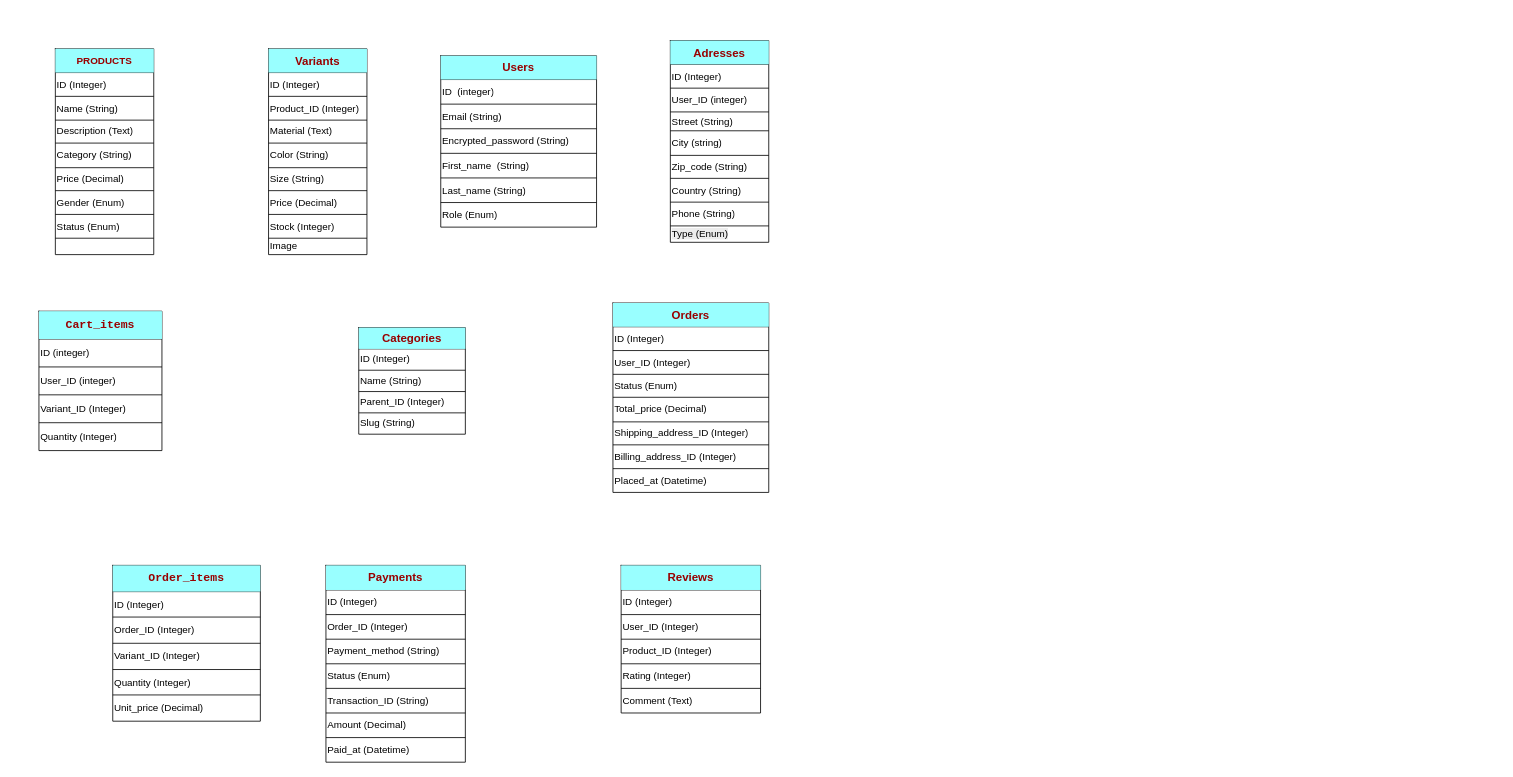
The draw.io diagram db/sanja.drawio in GodNZILA/Sanja, before the edit. Source tidied: cells renumbered, new cells numbered last; positions are measured from the earlier drawing's top-left corner, leaving out a move shared by most shapes. Both pictures are drawn from the tidied source at 82%, with x=0, y=0 at pixel (39, 40).
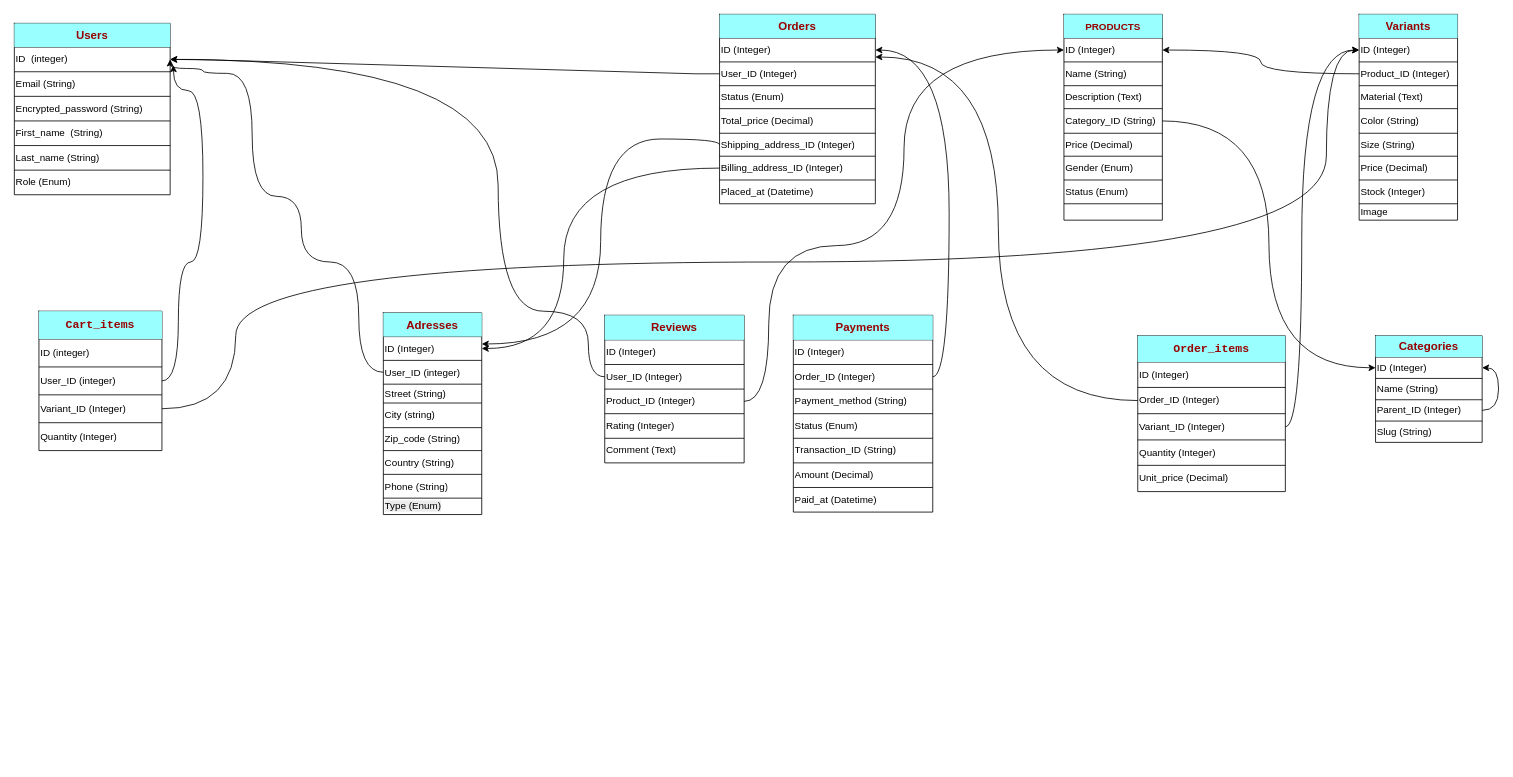
After the change.

The change refers to these unchanged cells:
```xml
<mxCell id="5" style="shape=tableRow;horizontal=0;startSize=0;swimlaneHead=0;swimlaneBody=0;strokeColor=inherit;top=0;left=0;bottom=0;right=0;fillColor=none;points=[[0,0.5],[1,0.5]];portConstraint=eastwest;" parent="2" vertex="1">
  <mxGeometry y="29" width="120" height="29" as="geometry" />
</mxCell>
<mxCell id="11" style="shape=tableRow;horizontal=0;startSize=0;swimlaneHead=0;swimlaneBody=0;strokeColor=inherit;top=0;left=0;bottom=0;right=0;fillColor=none;points=[[0,0.5],[1,0.5]];portConstraint=eastwest;" parent="2" vertex="1">
  <mxGeometry y="115" width="120" height="30" as="geometry" />
</mxCell>
<mxCell id="24" style="shape=tableRow;horizontal=0;startSize=0;swimlaneHead=0;swimlaneBody=0;strokeColor=inherit;top=0;left=0;bottom=0;right=0;fillColor=none;points=[[0,0.5],[1,0.5]];portConstraint=eastwest;" parent="21" vertex="1">
  <mxGeometry y="29" width="120" height="29" as="geometry" />
</mxCell>
<mxCell id="26" style="shape=tableRow;horizontal=0;startSize=0;swimlaneHead=0;swimlaneBody=0;strokeColor=inherit;top=0;left=0;bottom=0;right=0;fillColor=none;points=[[0,0.5],[1,0.5]];portConstraint=eastwest;" parent="21" vertex="1">
  <mxGeometry y="58" width="120" height="29" as="geometry" />
</mxCell>
<mxCell id="43" style="shape=tableRow;horizontal=0;startSize=0;swimlaneHead=0;swimlaneBody=0;strokeColor=inherit;top=0;left=0;bottom=0;right=0;fillColor=none;points=[[0,0.5],[1,0.5]];portConstraint=eastwest;" parent="40" vertex="1">
  <mxGeometry y="26" width="130" height="26" as="geometry" />
</mxCell>
<mxCell id="47" style="shape=tableRow;horizontal=0;startSize=0;swimlaneHead=0;swimlaneBody=0;strokeColor=inherit;top=0;left=0;bottom=0;right=0;fillColor=none;points=[[0,0.5],[1,0.5]];portConstraint=eastwest;" parent="40" vertex="1">
  <mxGeometry y="78" width="130" height="26" as="geometry" />
</mxCell>
<mxCell id="54" style="shape=tableRow;horizontal=0;startSize=0;swimlaneHead=0;swimlaneBody=0;strokeColor=inherit;top=0;left=0;bottom=0;right=0;fillColor=none;points=[[0,0.5],[1,0.5]];portConstraint=eastwest;" parent="51" vertex="1">
  <mxGeometry y="29" width="190" height="30" as="geometry" />
</mxCell>
<mxCell id="71" style="shape=tableRow;horizontal=0;startSize=0;swimlaneHead=0;swimlaneBody=0;strokeColor=inherit;top=0;left=0;bottom=0;right=0;fillColor=none;points=[[0,0.5],[1,0.5]];portConstraint=eastwest;" parent="66" vertex="1">
  <mxGeometry y="68" width="150" height="34" as="geometry" />
</mxCell>
<mxCell id="73" style="shape=tableRow;horizontal=0;startSize=0;swimlaneHead=0;swimlaneBody=0;strokeColor=inherit;top=0;left=0;bottom=0;right=0;fillColor=none;points=[[0,0.5],[1,0.5]];portConstraint=eastwest;" parent="66" vertex="1">
  <mxGeometry y="102" width="150" height="34" as="geometry" />
</mxCell>
<mxCell id="82" style="shape=tableRow;horizontal=0;startSize=0;swimlaneHead=0;swimlaneBody=0;strokeColor=inherit;top=0;left=0;bottom=0;right=0;fillColor=none;points=[[0,0.5],[1,0.5]];portConstraint=eastwest;" parent="77" vertex="1">
  <mxGeometry y="63" width="180" height="32" as="geometry" />
</mxCell>
<mxCell id="84" style="shape=tableRow;horizontal=0;startSize=0;swimlaneHead=0;swimlaneBody=0;strokeColor=inherit;top=0;left=0;bottom=0;right=0;fillColor=none;points=[[0,0.5],[1,0.5]];portConstraint=eastwest;" parent="77" vertex="1">
  <mxGeometry y="95" width="180" height="32" as="geometry" />
</mxCell>
<mxCell id="93" style="shape=tableRow;horizontal=0;startSize=0;swimlaneHead=0;swimlaneBody=0;strokeColor=inherit;top=0;left=0;bottom=0;right=0;fillColor=none;points=[[0,0.5],[1,0.5]];portConstraint=eastwest;" parent="90" vertex="1">
  <mxGeometry y="29" width="190" height="29" as="geometry" />
</mxCell>
<mxCell id="95" style="shape=tableRow;horizontal=0;startSize=0;swimlaneHead=0;swimlaneBody=0;strokeColor=inherit;top=0;left=0;bottom=0;right=0;fillColor=none;points=[[0,0.5],[1,0.5]];portConstraint=eastwest;" parent="90" vertex="1">
  <mxGeometry y="58" width="190" height="29" as="geometry" />
</mxCell>
<mxCell id="101" style="shape=tableRow;horizontal=0;startSize=0;swimlaneHead=0;swimlaneBody=0;strokeColor=inherit;top=0;left=0;bottom=0;right=0;fillColor=none;points=[[0,0.5],[1,0.5]];portConstraint=eastwest;" parent="90" vertex="1">
  <mxGeometry y="145" width="190" height="28" as="geometry" />
</mxCell>
<mxCell id="103" style="shape=tableRow;horizontal=0;startSize=0;swimlaneHead=0;swimlaneBody=0;strokeColor=inherit;top=0;left=0;bottom=0;right=0;fillColor=none;points=[[0,0.5],[1,0.5]];portConstraint=eastwest;" parent="90" vertex="1">
  <mxGeometry y="173" width="190" height="29" as="geometry" />
</mxCell>
<mxCell id="110" style="shape=tableRow;horizontal=0;startSize=0;swimlaneHead=0;swimlaneBody=0;strokeColor=inherit;top=0;left=0;bottom=0;right=0;fillColor=none;points=[[0,0.5],[1,0.5]];portConstraint=eastwest;" parent="107" vertex="1">
  <mxGeometry y="29" width="120" height="29" as="geometry" />
</mxCell>
<mxCell id="112" style="shape=tableRow;horizontal=0;startSize=0;swimlaneHead=0;swimlaneBody=0;strokeColor=inherit;top=0;left=0;bottom=0;right=0;fillColor=none;points=[[0,0.5],[1,0.5]];portConstraint=eastwest;" parent="107" vertex="1">
  <mxGeometry y="58" width="120" height="29" as="geometry" />
</mxCell>
<mxCell id="131" style="shape=tableRow;horizontal=0;startSize=0;swimlaneHead=0;swimlaneBody=0;strokeColor=inherit;top=0;left=0;bottom=0;right=0;fillColor=none;points=[[0,0.5],[1,0.5]];portConstraint=eastwest;" parent="126" vertex="1">
  <mxGeometry y="60" width="170" height="30" as="geometry" />
</mxCell>
<mxCell id="148" style="shape=tableRow;horizontal=0;startSize=0;swimlaneHead=0;swimlaneBody=0;strokeColor=inherit;top=0;left=0;bottom=0;right=0;fillColor=none;points=[[0,0.5],[1,0.5]];portConstraint=eastwest;" parent="143" vertex="1">
  <mxGeometry y="60" width="170" height="30" as="geometry" />
</mxCell>
<mxCell id="150" style="shape=tableRow;horizontal=0;startSize=0;swimlaneHead=0;swimlaneBody=0;strokeColor=inherit;top=0;left=0;bottom=0;right=0;fillColor=none;points=[[0,0.5],[1,0.5]];portConstraint=eastwest;" parent="143" vertex="1">
  <mxGeometry y="90" width="170" height="30" as="geometry" />
</mxCell>
```

What changed in the source:
```diff
@@
     <mxCell id="2" style="shape=table;startSize=0;childLayout=tableLayout;" parent="1" vertex="1">
-      <mxGeometry x="20" y="10" width="120" height="251" as="geometry" />
+      <mxGeometry x="1250" y="-32" width="120" height="251" as="geometry" />
     </mxCell>
@@
-    <mxCell id="12" value="Category (String)" style="shape=partialRectangle;html=1;whiteSpace=wrap;strokeColor=inherit;overflow=hidden;fillColor=none;top=0;left=0;bottom=0;right=0;align=left;" parent="11" vertex="1">
+    <mxCell id="12" value="Category_ID (String)" style="shape=partialRectangle;html=1;whiteSpace=wrap;strokeColor=inherit;overflow=hidden;fillColor=none;top=0;left=0;bottom=0;right=0;align=left;" parent="11" vertex="1">
       <mxGeometry width="120" height="30" as="geometry" />
     </mxCell>
@@
     <mxCell id="21" style="shape=table;startSize=0;childLayout=tableLayout;" parent="1" vertex="1">
-      <mxGeometry x="280" y="10" width="120" height="251" as="geometry" />
+      <mxGeometry x="1610" y="-32" width="120" height="251" as="geometry" />
     </mxCell>
@@
     <mxCell id="40" style="shape=table;startSize=0;childLayout=tableLayout;" parent="1" vertex="1">
-      <mxGeometry x="390" y="350" width="130" height="130" as="geometry" />
+      <mxGeometry x="1630" y="360" width="130" height="130" as="geometry" />
     </mxCell>
@@
+    <mxCell id="156" style="edgeStyle=orthogonalEdgeStyle;curved=1;rounded=0;jettySize=auto;html=1;exitX=1;exitY=0.5;exitDx=0;exitDy=0;entryX=1;entryY=0.5;entryDx=0;entryDy=0;" parent="1" edge="1" source="47" target="43">
+      <mxGeometry relative="1" as="geometry" />
+    </mxCell>
     <mxCell id="51" style="shape=table;startSize=0;childLayout=tableLayout;" parent="1" vertex="1">
-      <mxGeometry x="490" y="18.5" width="190" height="209" as="geometry" />
+      <mxGeometry x="-30" y="-21" width="190" height="209" as="geometry" />
     </mxCell>
@@
     <mxCell id="77" style="shape=table;startSize=0;childLayout=tableLayout;" parent="1" vertex="1">
-      <mxGeometry x="90" y="640" width="180" height="190" as="geometry" />
+      <mxGeometry x="1340" y="360" width="180" height="190" as="geometry" />
     </mxCell>
@@
     <mxCell id="90" style="shape=table;startSize=0;childLayout=tableLayout;" parent="1" vertex="1">
-      <mxGeometry x="700" y="320" width="190" height="231" as="geometry" />
+      <mxGeometry x="830" y="-32" width="190" height="231" as="geometry" />
     </mxCell>
@@
     <mxCell id="107" style="shape=table;startSize=0;childLayout=tableLayout;" parent="1" vertex="1">
-      <mxGeometry x="770" width="120" height="246" as="geometry" />
+      <mxGeometry x="420" y="332" width="120" height="246" as="geometry" />
     </mxCell>
@@
     <mxCell id="126" style="shape=table;startSize=0;childLayout=tableLayout;" parent="1" vertex="1">
-      <mxGeometry x="350" y="640" width="170" height="240" as="geometry" />
+      <mxGeometry x="920" y="335" width="170" height="240" as="geometry" />
     </mxCell>
@@
     <mxCell id="143" style="shape=table;startSize=0;childLayout=tableLayout;" parent="1" vertex="1">
-      <mxGeometry x="710" y="640" width="170" height="180" as="geometry" />
+      <mxGeometry x="690" y="335" width="170" height="180" as="geometry" />
     </mxCell>
@@
+    <mxCell id="157" style="edgeStyle=entityRelationEdgeStyle;rounded=0;jettySize=auto;html=1;exitX=0;exitY=0.5;exitDx=0;exitDy=0;entryX=1;entryY=0.5;entryDx=0;entryDy=0;" parent="1" edge="1" source="95" target="54">
+      <mxGeometry relative="1" as="geometry" />
+    </mxCell>
+    <mxCell id="158" style="edgeStyle=orthogonalEdgeStyle;curved=1;rounded=0;jettySize=auto;html=1;exitX=1;exitY=0.5;exitDx=0;exitDy=0;entryX=1.021;entryY=0.733;entryDx=0;entryDy=0;entryPerimeter=0;" parent="1" edge="1" source="71" target="54">
+      <mxGeometry relative="1" as="geometry">
+        <Array as="points">
+          <mxPoint x="170" y="415" />
+          <mxPoint x="170" y="270" />
+          <mxPoint x="200" y="270" />
+          <mxPoint x="200" y="61" />
+        </Array>
+      </mxGeometry>
+    </mxCell>
+    <mxCell id="159" style="edgeStyle=orthogonalEdgeStyle;curved=1;rounded=0;jettySize=auto;html=1;exitX=0;exitY=0.5;exitDx=0;exitDy=0;entryX=1;entryY=0.5;entryDx=0;entryDy=0;" parent="1" edge="1" source="112" target="54">
+      <mxGeometry relative="1" as="geometry">
+        <Array as="points">
+          <mxPoint x="390" y="405" />
+          <mxPoint x="390" y="270" />
+          <mxPoint x="320" y="270" />
+          <mxPoint x="320" y="190" />
+          <mxPoint x="260" y="190" />
+          <mxPoint x="260" y="40" />
+          <mxPoint x="200" y="40" />
+          <mxPoint x="200" y="34" />
+          <mxPoint x="160" y="34" />
+        </Array>
+      </mxGeometry>
+    </mxCell>
+    <mxCell id="160" style="edgeStyle=orthogonalEdgeStyle;curved=1;rounded=0;jettySize=auto;html=1;exitX=0;exitY=0.5;exitDx=0;exitDy=0;entryX=1;entryY=0.5;entryDx=0;entryDy=0;" parent="1" edge="1" source="148" target="54">
+      <mxGeometry relative="1" as="geometry">
+        <Array as="points">
+          <mxPoint x="670" y="410" />
+          <mxPoint x="670" y="330" />
+          <mxPoint x="560" y="330" />
+          <mxPoint x="560" y="23" />
+        </Array>
+      </mxGeometry>
+    </mxCell>
+    <mxCell id="161" style="edgeStyle=orthogonalEdgeStyle;curved=1;rounded=0;jettySize=auto;html=1;exitX=0;exitY=0.5;exitDx=0;exitDy=0;" parent="1" edge="1" source="82">
+      <mxGeometry relative="1" as="geometry">
+        <mxPoint x="1020" y="20" as="targetPoint" />
+        <Array as="points">
+          <mxPoint x="1170" y="439" />
+          <mxPoint x="1170" y="20" />
+        </Array>
+      </mxGeometry>
+    </mxCell>
+    <mxCell id="162" style="edgeStyle=orthogonalEdgeStyle;curved=1;rounded=0;jettySize=auto;html=1;exitX=1;exitY=0.5;exitDx=0;exitDy=0;entryX=0;entryY=0.5;entryDx=0;entryDy=0;" parent="1" edge="1" source="73" target="24">
+      <mxGeometry relative="1" as="geometry">
+        <Array as="points">
+          <mxPoint x="240" y="449" />
+          <mxPoint x="240" y="270" />
+          <mxPoint x="1570" y="270" />
+          <mxPoint x="1570" y="11" />
+        </Array>
+      </mxGeometry>
+    </mxCell>
+    <mxCell id="163" style="edgeStyle=orthogonalEdgeStyle;curved=1;rounded=0;jettySize=auto;html=1;exitX=0;exitY=0.5;exitDx=0;exitDy=0;entryX=1;entryY=0.5;entryDx=0;entryDy=0;" parent="1" edge="1" source="26" target="5">
+      <mxGeometry relative="1" as="geometry" />
+    </mxCell>
+    <mxCell id="164" style="edgeStyle=orthogonalEdgeStyle;curved=1;rounded=0;jettySize=auto;html=1;exitX=1;exitY=0.5;exitDx=0;exitDy=0;entryX=0;entryY=0.5;entryDx=0;entryDy=0;" parent="1" edge="1" source="150" target="5">
+      <mxGeometry relative="1" as="geometry">
+        <Array as="points">
+          <mxPoint x="890" y="440" />
+          <mxPoint x="890" y="250" />
+          <mxPoint x="1055" y="250" />
+          <mxPoint x="1055" y="11" />
+        </Array>
+      </mxGeometry>
+    </mxCell>
+    <mxCell id="165" style="edgeStyle=orthogonalEdgeStyle;curved=1;rounded=0;jettySize=auto;html=1;exitX=1;exitY=0.5;exitDx=0;exitDy=0;entryX=0;entryY=0.5;entryDx=0;entryDy=0;" parent="1" edge="1" source="11" target="43">
+      <mxGeometry relative="1" as="geometry" />
+    </mxCell>
+    <mxCell id="166" style="edgeStyle=orthogonalEdgeStyle;curved=1;rounded=0;jettySize=auto;html=1;exitX=1;exitY=0.5;exitDx=0;exitDy=0;entryX=0;entryY=0.5;entryDx=0;entryDy=0;" parent="1" edge="1" source="84" target="24">
+      <mxGeometry relative="1" as="geometry">
+        <Array as="points">
+          <mxPoint x="1540" y="471" />
+          <mxPoint x="1540" y="11" />
+        </Array>
+      </mxGeometry>
+    </mxCell>
+    <mxCell id="167" style="edgeStyle=orthogonalEdgeStyle;curved=1;rounded=0;jettySize=auto;html=1;exitX=1;exitY=0.5;exitDx=0;exitDy=0;entryX=1;entryY=0.5;entryDx=0;entryDy=0;" parent="1" edge="1" source="131" target="93">
+      <mxGeometry relative="1" as="geometry" />
+    </mxCell>
+    <mxCell id="168" style="edgeStyle=orthogonalEdgeStyle;curved=1;rounded=0;jettySize=auto;html=1;exitX=0;exitY=0.5;exitDx=0;exitDy=0;" parent="1" edge="1" source="101">
+      <mxGeometry relative="1" as="geometry">
+        <mxPoint x="540" y="370" as="targetPoint" />
+        <Array as="points">
+          <mxPoint x="830" y="120" />
+          <mxPoint x="685" y="120" />
+          <mxPoint x="685" y="370" />
+          <mxPoint x="540" y="370" />
+        </Array>
+      </mxGeometry>
+    </mxCell>
+    <mxCell id="169" style="edgeStyle=orthogonalEdgeStyle;curved=1;rounded=0;jettySize=auto;html=1;exitX=0;exitY=0.5;exitDx=0;exitDy=0;entryX=1;entryY=0.5;entryDx=0;entryDy=0;" parent="1" edge="1" source="103" target="110">
+      <mxGeometry relative="1" as="geometry">
+        <Array as="points">
+          <mxPoint x="640" y="156" />
+          <mxPoint x="640" y="376" />
+        </Array>
+      </mxGeometry>
+    </mxCell>
```
